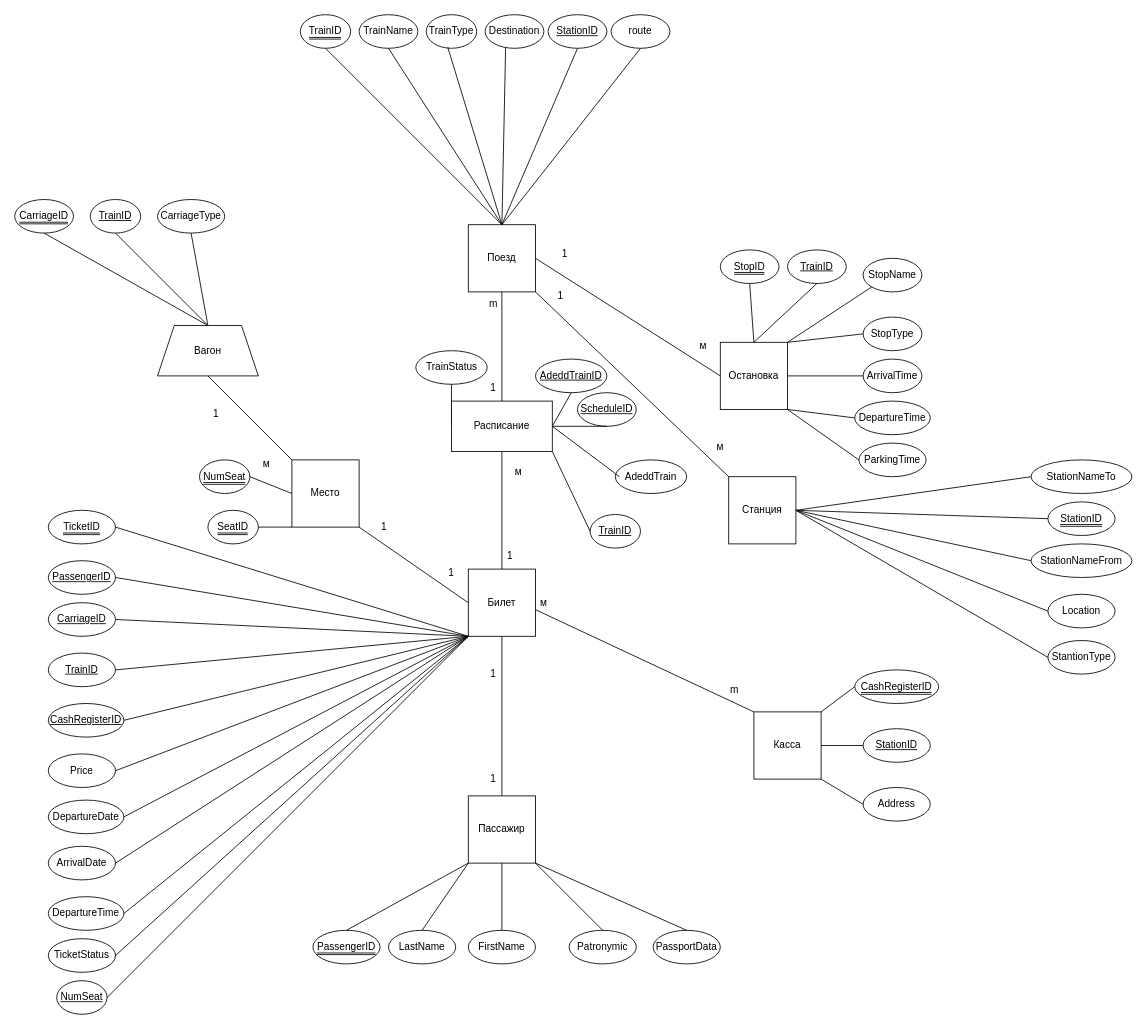
Above: lr2/lab2hurs.drawio in marinagovorova/DATABASES_ICT_2-3s_2022-2023_2023-2024 (draw.io), before the change. Source tidied: cells renumbered, new cells numbered last; positions are measured from the earlier drawing's top-left corner, leaving out a move shared by most shapes. Both pictures are drawn from the tidied source at 84%, with x=0, y=0 at pixel (14, 14).
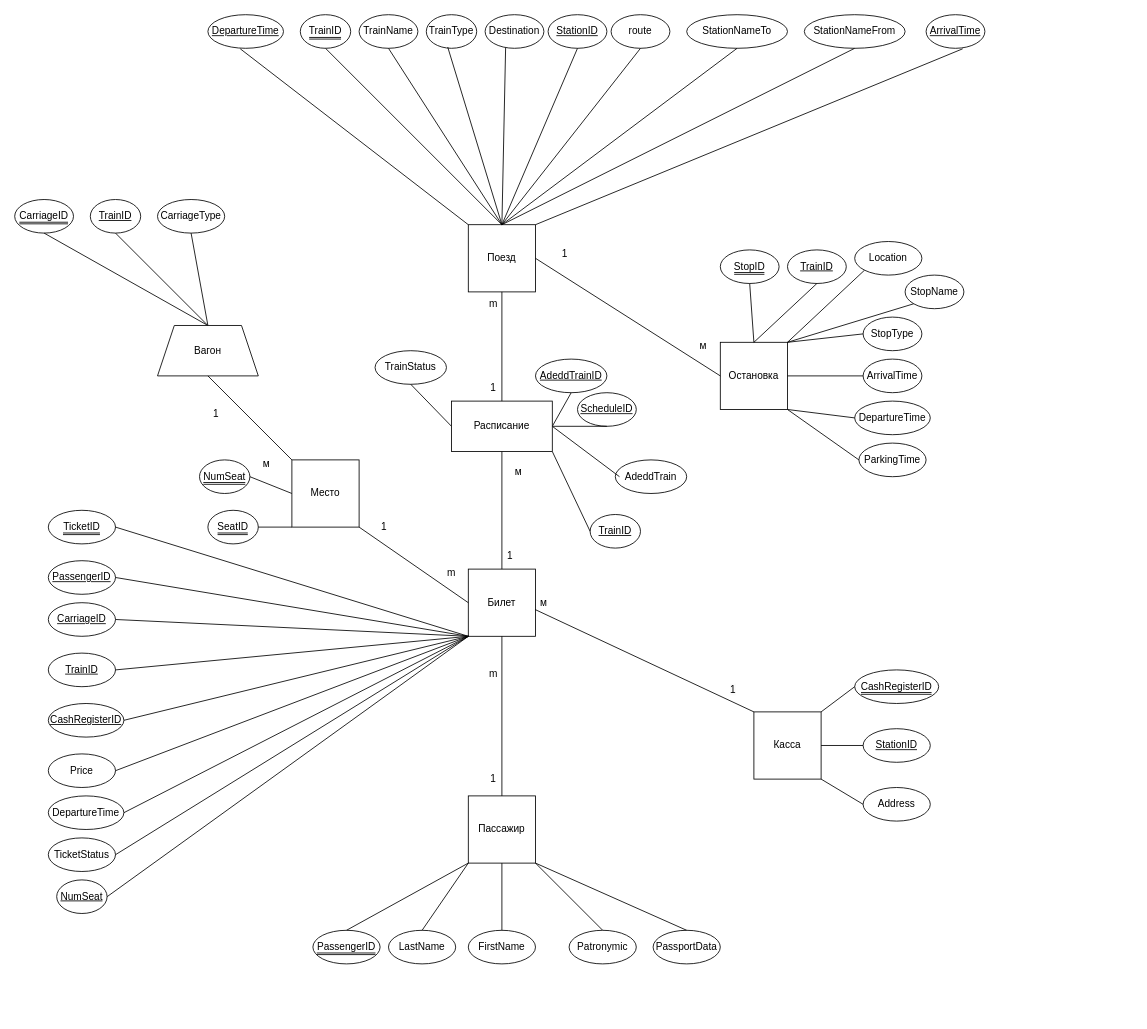
The same diagram, later.

Unchanged cells that the change refers to:
```xml
<mxCell id="2" value="Билет" style="whiteSpace=wrap;html=1;" parent="1" vertex="1">
  <mxGeometry x="540" y="660" width="80" height="80" as="geometry" />
</mxCell>
<mxCell id="5" value="Поезд" style="whiteSpace=wrap;html=1;" parent="1" vertex="1">
  <mxGeometry x="540" y="250" width="80" height="80" as="geometry" />
</mxCell>
<mxCell id="8" value="Остановка" style="whiteSpace=wrap;html=1;" parent="1" vertex="1">
  <mxGeometry x="840" y="390" width="80" height="80" as="geometry" />
</mxCell>
```

The edit, as a diff of the source:
```diff
@@
-    <mxCell id="9" style="endArrow=none;html=1;rounded=0;entryX=1;entryY=0.5;entryDx=0;entryDy=0;exitX=0;exitY=0.5;exitDx=0;exitDy=0;" parent="1" edge="1" source="8" target="5">
-      <mxGeometry relative="1" as="geometry" />
+    <mxCell id="9" style="endArrow=none;html=1;rounded=0;exitX=0;exitY=0.5;exitDx=0;exitDy=0;" parent="1" edge="1" source="8">
+      <mxGeometry relative="1" as="geometry">
+        <mxPoint x="620" y="290" as="targetPoint" />
+      </mxGeometry>
     </mxCell>
@@
-    <mxCell id="11" value="Станция" style="whiteSpace=wrap;html=1;" parent="1" vertex="1">
-      <mxGeometry x="850" y="550" width="80" height="80" as="geometry" />
-    </mxCell>
@@
-    <mxCell id="13" style="endArrow=none;html=1;rounded=0;entryX=1;entryY=1;entryDx=0;entryDy=0;exitX=0;exitY=0;exitDx=0;exitDy=0;" parent="1" edge="1" source="11" target="5">
-      <mxGeometry relative="1" as="geometry" />
-    </mxCell>
@@
     <mxCell id="31" value="StopName" style="ellipse;whiteSpace=wrap;html=1;" parent="1" vertex="1">
-      <mxGeometry x="1010" y="290" width="70" height="40" as="geometry" />
+      <mxGeometry x="1060" y="310" width="70" height="40" as="geometry" />
     </mxCell>
@@
-    <mxCell id="44" value="&lt;span style=&quot;border-bottom: 3px double;&lt;br/&gt;&quot;&gt;StationID&lt;/span&gt;" style="ellipse;whiteSpace=wrap;html=1;" parent="1" vertex="1">
-      <mxGeometry x="1230" y="580" width="80" height="40" as="geometry" />
-    </mxCell>
-    <mxCell id="45" value="StationNameFrom" style="ellipse;whiteSpace=wrap;html=1;" parent="1" vertex="1">
-      <mxGeometry x="1210" y="630" width="120" height="40" as="geometry" />
-    </mxCell>
-    <mxCell id="46" value="Location" style="ellipse;whiteSpace=wrap;html=1;" parent="1" vertex="1">
-      <mxGeometry x="1230" y="690" width="80" height="40" as="geometry" />
-    </mxCell>
-    <mxCell id="47" style="endArrow=none;html=1;rounded=0;entryX=0;entryY=0.5;entryDx=0;entryDy=0;exitX=1;exitY=0.5;exitDx=0;exitDy=0;" parent="1" edge="1" source="11" target="44">
-      <mxGeometry relative="1" as="geometry" />
-    </mxCell>
-    <mxCell id="48" style="endArrow=none;html=1;rounded=0;entryX=0;entryY=0.5;entryDx=0;entryDy=0;exitX=1;exitY=0.5;exitDx=0;exitDy=0;" parent="1" edge="1" source="11" target="45">
-      <mxGeometry relative="1" as="geometry" />
-    </mxCell>
-    <mxCell id="49" style="endArrow=none;html=1;rounded=0;entryX=0;entryY=0.5;entryDx=0;entryDy=0;exitX=1;exitY=0.5;exitDx=0;exitDy=0;" parent="1" edge="1" source="11" target="46">
-      <mxGeometry relative="1" as="geometry" />
-    </mxCell>
@@
     <mxCell id="69" value="DepartureTime" style="ellipse;whiteSpace=wrap;html=1;" parent="1" vertex="1">
-      <mxGeometry x="40" y="1050" width="90" height="40" as="geometry" />
+      <mxGeometry x="40" y="930" width="90" height="40" as="geometry" />
     </mxCell>
-    <mxCell id="70" value="ArrivalDate" style="ellipse;whiteSpace=wrap;html=1;" parent="1" vertex="1">
-      <mxGeometry x="40" y="990" width="80" height="40" as="geometry" />
-    </mxCell>
-    <mxCell id="71" value="DepartureDate" style="ellipse;whiteSpace=wrap;html=1;" parent="1" vertex="1">
-      <mxGeometry x="40" y="935" width="90" height="40" as="geometry" />
-    </mxCell>
@@
-    <mxCell id="82" style="endArrow=none;html=1;rounded=0;entryX=0;entryY=1;entryDx=0;entryDy=0;exitX=1;exitY=0.5;exitDx=0;exitDy=0;" parent="1" edge="1" source="71" target="2">
-      <mxGeometry relative="1" as="geometry" />
-    </mxCell>
-    <mxCell id="83" style="endArrow=none;html=1;rounded=0;entryX=0;entryY=1;entryDx=0;entryDy=0;exitX=1;exitY=0.5;exitDx=0;exitDy=0;" parent="1" edge="1" source="70" target="2">
-      <mxGeometry relative="1" as="geometry" />
-    </mxCell>
@@
-    <mxCell id="86" value="1" style="text;html=1;strokeColor=none;fillColor=none;align=center;verticalAlign=middle;whiteSpace=wrap;rounded=0;" parent="1" vertex="1">
+    <mxCell id="86" value="m" style="text;html=1;strokeColor=none;fillColor=none;align=center;verticalAlign=middle;whiteSpace=wrap;rounded=0;" parent="1" vertex="1">
       <mxGeometry x="540" y="770" width="60" height="30" as="geometry" />
     </mxCell>
@@
-    <mxCell id="89" value="1" style="text;html=1;strokeColor=none;fillColor=none;align=center;verticalAlign=middle;whiteSpace=wrap;rounded=0;" parent="1" vertex="1">
+    <mxCell id="89" value="m" style="text;html=1;strokeColor=none;fillColor=none;align=center;verticalAlign=middle;whiteSpace=wrap;rounded=0;" parent="1" vertex="1">
       <mxGeometry x="490" y="650" width="60" height="30" as="geometry" />
     </mxCell>
@@
-    <mxCell id="92" value="м" style="text;html=1;strokeColor=none;fillColor=none;align=center;verticalAlign=middle;whiteSpace=wrap;rounded=0;" parent="1" vertex="1">
-      <mxGeometry x="810" y="500" width="60" height="30" as="geometry" />
-    </mxCell>
@@
     <mxCell id="99" value="TrainStatus" style="ellipse;whiteSpace=wrap;html=1;" parent="1" vertex="1">
-      <mxGeometry x="477.5" y="400" width="85" height="40" as="geometry" />
+      <mxGeometry x="429" y="400" width="85" height="40" as="geometry" />
     </mxCell>
@@
     <mxCell id="107" value="TicketStatus" style="ellipse;whiteSpace=wrap;html=1;" parent="1" vertex="1">
-      <mxGeometry x="40" y="1100" width="80" height="40" as="geometry" />
+      <mxGeometry x="40" y="980" width="80" height="40" as="geometry" />
     </mxCell>
@@
-    <mxCell id="111" value="StantionType" style="ellipse;whiteSpace=wrap;html=1;" parent="1" vertex="1">
-      <mxGeometry x="1230" y="745" width="80" height="40" as="geometry" />
-    </mxCell>
-    <mxCell id="112" style="endArrow=none;html=1;rounded=0;entryX=0;entryY=0.5;entryDx=0;entryDy=0;exitX=1;exitY=0.5;exitDx=0;exitDy=0;" parent="1" edge="1" source="11" target="111">
-      <mxGeometry relative="1" as="geometry" />
-    </mxCell>
@@
     <mxCell id="115" value="&lt;u&gt;NumSeat&lt;/u&gt;" style="ellipse;whiteSpace=wrap;html=1;" parent="1" vertex="1">
-      <mxGeometry x="50" y="1150" width="60" height="40" as="geometry" />
+      <mxGeometry x="50" y="1030" width="60" height="40" as="geometry" />
     </mxCell>
@@
-    <mxCell id="120" value="1" style="text;html=1;strokeColor=none;fillColor=none;align=center;verticalAlign=middle;whiteSpace=wrap;rounded=0;" parent="1" vertex="1">
-      <mxGeometry x="620" y="320" width="60" height="30" as="geometry" />
-    </mxCell>
@@
-    <mxCell id="122" value="&lt;span style=&quot;color: rgb(0, 0, 0); font-family: Helvetica; font-size: 12px; font-style: normal; font-variant-ligatures: normal; font-variant-caps: normal; font-weight: 400; letter-spacing: normal; orphans: 2; text-align: center; text-indent: 0px; text-transform: none; widows: 2; word-spacing: 0px; -webkit-text-stroke-width: 0px; background-color: rgb(251, 251, 251); text-decoration-thickness: initial; text-decoration-style: initial; text-decoration-color: initial; float: none; display: inline !important;&quot;&gt;m&lt;/span&gt;" style="text;whiteSpace=wrap;html=1;" parent="1" vertex="1">
+    <mxCell id="122" value="&lt;span style=&quot;color: rgb(0, 0, 0); font-family: Helvetica; font-size: 12px; font-style: normal; font-variant-ligatures: normal; font-variant-caps: normal; font-weight: 400; letter-spacing: normal; orphans: 2; text-align: center; text-indent: 0px; text-transform: none; widows: 2; word-spacing: 0px; -webkit-text-stroke-width: 0px; background-color: rgb(251, 251, 251); text-decoration-thickness: initial; text-decoration-style: initial; text-decoration-color: initial; float: none; display: inline !important;&quot;&gt;1&lt;/span&gt;" style="text;whiteSpace=wrap;html=1;" parent="1" vertex="1">
       <mxGeometry x="850" y="790" width="40" height="40" as="geometry" />
     </mxCell>
-    <mxCell id="123" value="StationNameTo" style="ellipse;whiteSpace=wrap;html=1;" parent="1" vertex="1">
-      <mxGeometry x="1210" y="530" width="120" height="40" as="geometry" />
-    </mxCell>
-    <mxCell id="124" style="endArrow=none;html=1;rounded=0;entryX=0;entryY=0.5;entryDx=0;entryDy=0;exitX=1;exitY=0.5;exitDx=0;exitDy=0;" parent="1" edge="1" source="11" target="123">
-      <mxGeometry relative="1" as="geometry" />
-    </mxCell>
@@
+    <mxCell id="123" value="StationNameTo" style="ellipse;whiteSpace=wrap;html=1;strokeColor=default;" parent="1" vertex="1">
+      <mxGeometry x="800" width="120" height="40" as="geometry" />
+    </mxCell>
+    <mxCell id="45" value="StationNameFrom" style="ellipse;whiteSpace=wrap;html=1;" parent="1" vertex="1">
+      <mxGeometry x="940" width="120" height="40" as="geometry" />
+    </mxCell>
+    <mxCell id="128" style="endArrow=none;html=1;rounded=0;entryX=0.5;entryY=1;entryDx=0;entryDy=0;" parent="1" edge="1" target="123">
+      <mxGeometry relative="1" as="geometry">
+        <mxPoint x="580" y="250" as="sourcePoint" />
+      </mxGeometry>
+    </mxCell>
+    <mxCell id="129" style="endArrow=none;html=1;rounded=0;entryX=0.5;entryY=1;entryDx=0;entryDy=0;" parent="1" edge="1" target="45">
+      <mxGeometry relative="1" as="geometry">
+        <mxPoint x="580" y="250" as="sourcePoint" />
+      </mxGeometry>
+    </mxCell>
+    <mxCell id="130" value="&lt;u&gt;DepartureTime&lt;/u&gt;" style="ellipse;whiteSpace=wrap;html=1;" parent="1" vertex="1">
+      <mxGeometry x="230" width="90" height="40" as="geometry" />
+    </mxCell>
+    <mxCell id="131" value="&lt;u&gt;ArrivalTime&lt;/u&gt;" style="ellipse;whiteSpace=wrap;html=1;" parent="1" vertex="1">
+      <mxGeometry x="1085" width="70" height="40" as="geometry" />
+    </mxCell>
+    <mxCell id="132" style="endArrow=none;html=1;rounded=0;entryX=1;entryY=0;entryDx=0;entryDy=0;exitX=0.622;exitY=1.015;exitDx=0;exitDy=0;exitPerimeter=0;" parent="1" edge="1" source="131" target="5">
+      <mxGeometry relative="1" as="geometry" />
+    </mxCell>
+    <mxCell id="133" style="endArrow=none;html=1;rounded=0;entryX=0.428;entryY=1.015;entryDx=0;entryDy=0;exitX=0;exitY=0;exitDx=0;exitDy=0;entryPerimeter=0;" parent="1" edge="1" source="5" target="130">
+      <mxGeometry relative="1" as="geometry" />
+    </mxCell>
+    <mxCell id="46" value="Location" style="ellipse;whiteSpace=wrap;html=1;" parent="1" vertex="1">
+      <mxGeometry x="1000" y="270" width="80" height="40" as="geometry" />
+    </mxCell>
+    <mxCell id="134" style="endArrow=none;html=1;rounded=0;entryX=0;entryY=1;entryDx=0;entryDy=0;exitX=1;exitY=0;exitDx=0;exitDy=0;" parent="1" edge="1" source="8" target="46">
+      <mxGeometry relative="1" as="geometry" />
+    </mxCell>
```
